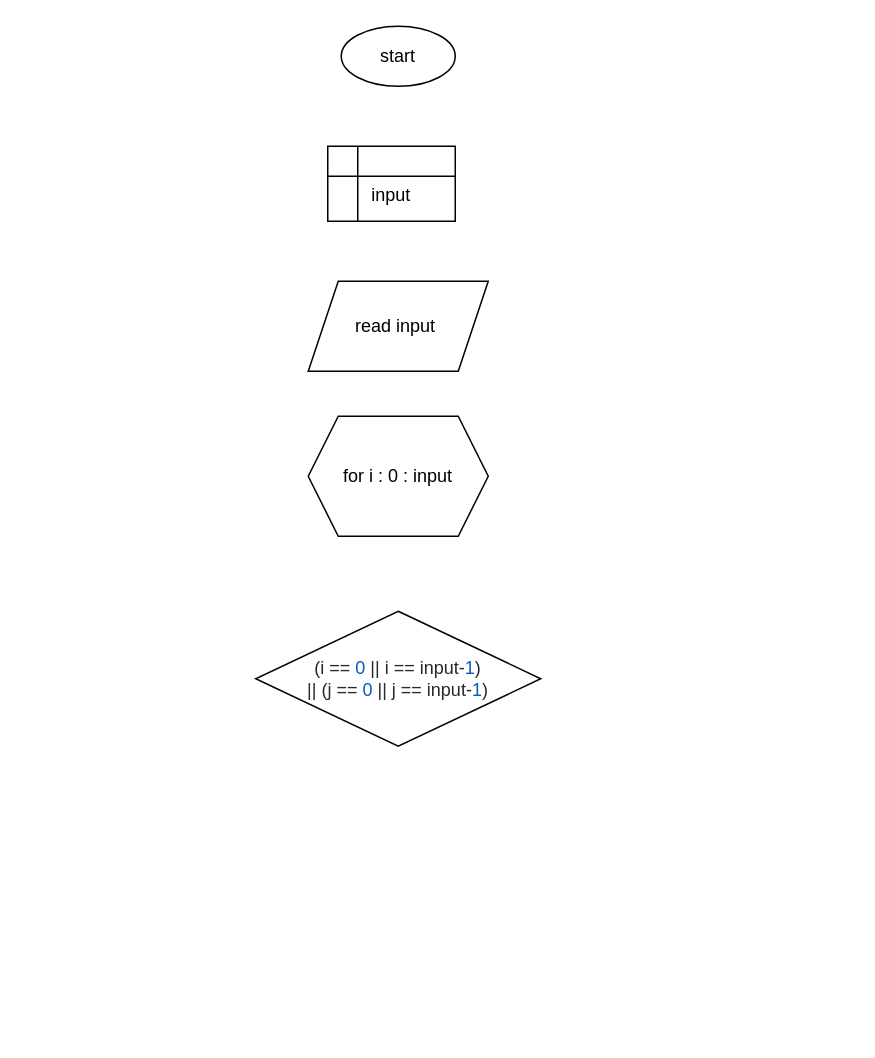
Above: pertemuan_07_materi.drawio in defrindr/MateriKuliah (draw.io), before the change. Source tidied: cells renumbered, new cells numbered last; positions are measured from the earlier drawing's top-left corner, leaving out a move shared by most shapes. Both pictures are drawn from the tidied source at 150%, with x=0, y=0 at pixel (255, 26).
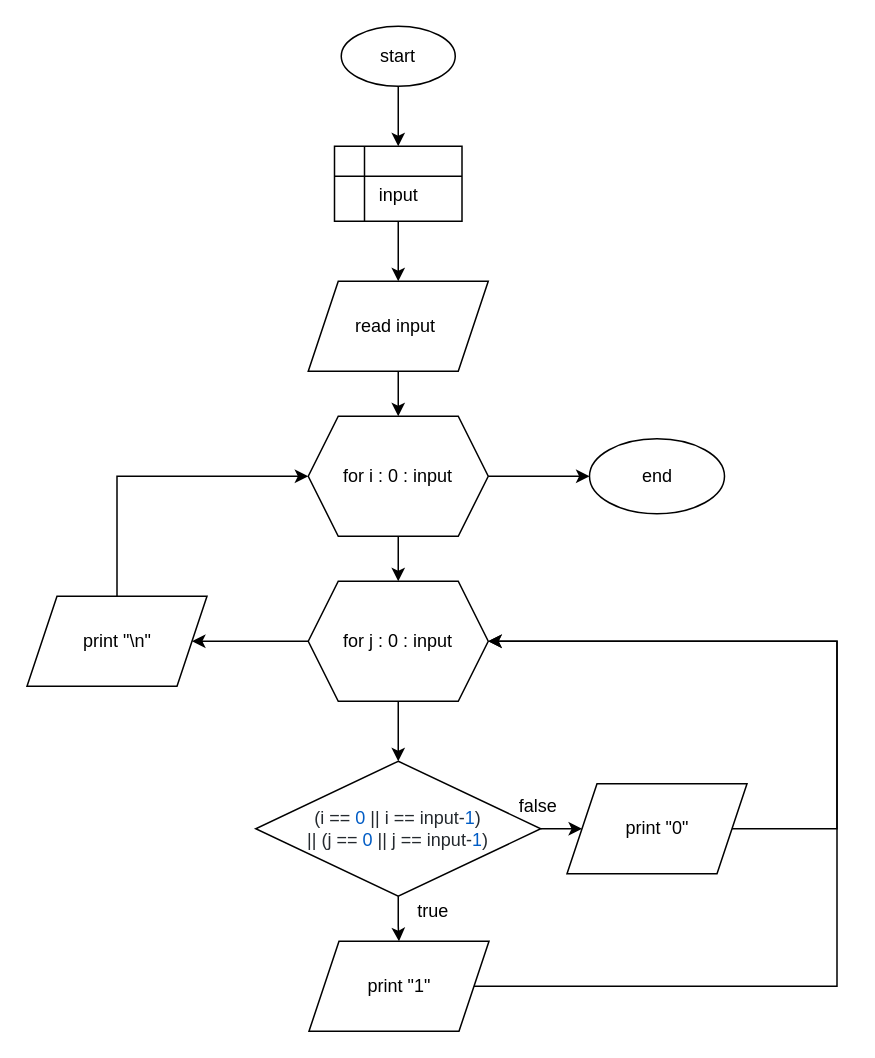
The same page after the edit.

Unchanged cells that the change refers to:
```xml
<mxCell id="2" value="start" style="ellipse;whiteSpace=wrap;html=1;" parent="1" vertex="1">
  <mxGeometry x="57" width="76" height="40" as="geometry" />
</mxCell>
<mxCell id="4" value="read input&amp;nbsp;" style="shape=parallelogram;perimeter=parallelogramPerimeter;whiteSpace=wrap;html=1;fixedSize=1;" parent="1" vertex="1">
  <mxGeometry x="35" y="170" width="120" height="60" as="geometry" />
</mxCell>
<mxCell id="5" value="for i : 0 : input" style="shape=hexagon;perimeter=hexagonPerimeter2;whiteSpace=wrap;html=1;fixedSize=1;" parent="1" vertex="1">
  <mxGeometry x="35" y="260" width="120" height="80" as="geometry" />
</mxCell>
```

Change to the diagram source:
```diff
@@
+    <mxCell id="7" style="edgeStyle=orthogonalEdgeStyle;rounded=0;jettySize=auto;html=1;entryX=0.5;entryY=0;entryDx=0;entryDy=0;" parent="1" edge="1" source="2" target="3">
+      <mxGeometry relative="1" as="geometry" />
+    </mxCell>
@@
+    <mxCell id="8" style="edgeStyle=orthogonalEdgeStyle;rounded=0;jettySize=auto;html=1;entryX=0.5;entryY=0;entryDx=0;entryDy=0;" parent="1" edge="1" source="3" target="4">
+      <mxGeometry relative="1" as="geometry" />
+    </mxCell>
     <mxCell id="3" value="&lt;br&gt;input" style="shape=internalStorage;whiteSpace=wrap;html=1;backgroundOutline=1;" parent="1" vertex="1">
-      <mxGeometry x="48" y="80" width="85" height="50" as="geometry" />
+      <mxGeometry x="52.5" y="80" width="85" height="50" as="geometry" />
     </mxCell>
+    <mxCell id="9" style="edgeStyle=orthogonalEdgeStyle;rounded=0;jettySize=auto;html=1;entryX=0.5;entryY=0;entryDx=0;entryDy=0;" parent="1" edge="1" source="4" target="5">
+      <mxGeometry relative="1" as="geometry" />
+    </mxCell>
@@
+    <mxCell id="10" style="edgeStyle=orthogonalEdgeStyle;rounded=0;jettySize=auto;html=1;" parent="1" edge="1" source="5" target="16">
+      <mxGeometry relative="1" as="geometry" />
+    </mxCell>
+    <mxCell id="11" style="edgeStyle=orthogonalEdgeStyle;rounded=0;jettySize=auto;html=1;entryX=0;entryY=0.5;entryDx=0;entryDy=0;" parent="1" edge="1" source="5" target="25">
+      <mxGeometry relative="1" as="geometry" />
+    </mxCell>
@@
+    <mxCell id="12" style="edgeStyle=orthogonalEdgeStyle;rounded=0;jettySize=auto;html=1;exitX=1;exitY=0.5;exitDx=0;exitDy=0;entryX=0;entryY=0.5;entryDx=0;entryDy=0;" parent="1" edge="1" source="6" target="20">
+      <mxGeometry relative="1" as="geometry" />
+    </mxCell>
+    <mxCell id="13" style="edgeStyle=orthogonalEdgeStyle;rounded=0;jettySize=auto;html=1;entryX=0.5;entryY=0;entryDx=0;entryDy=0;" parent="1" edge="1" source="6" target="18">
+      <mxGeometry relative="1" as="geometry" />
+    </mxCell>
     <mxCell id="6" value="&lt;span style=&quot;color: rgb(36 , 41 , 46) ; font-family: , &amp;#34;consolas&amp;#34; , &amp;#34;liberation mono&amp;#34; , &amp;#34;menlo&amp;#34; , monospace ; background-color: rgb(255 , 255 , 255)&quot;&gt;(i == &lt;/span&gt;&lt;span class=&quot;pl-c1&quot; style=&quot;box-sizing: border-box ; color: rgb(0 , 92 , 197) ; font-family: , &amp;#34;consolas&amp;#34; , &amp;#34;liberation mono&amp;#34; , &amp;#34;menlo&amp;#34; , monospace ; background-color: rgb(255 , 255 , 255)&quot;&gt;0&lt;/span&gt;&lt;span style=&quot;color: rgb(36 , 41 , 46) ; font-family: , &amp;#34;consolas&amp;#34; , &amp;#34;liberation mono&amp;#34; , &amp;#34;menlo&amp;#34; , monospace ; background-color: rgb(255 , 255 , 255)&quot;&gt; || i == input-&lt;/span&gt;&lt;span class=&quot;pl-c1&quot; style=&quot;box-sizing: border-box ; color: rgb(0 , 92 , 197) ; font-family: , &amp;#34;consolas&amp;#34; , &amp;#34;liberation mono&amp;#34; , &amp;#34;menlo&amp;#34; , monospace ; background-color: rgb(255 , 255 , 255)&quot;&gt;1&lt;/span&gt;&lt;span style=&quot;color: rgb(36 , 41 , 46) ; font-family: , &amp;#34;consolas&amp;#34; , &amp;#34;liberation mono&amp;#34; , &amp;#34;menlo&amp;#34; , monospace ; background-color: rgb(255 , 255 , 255)&quot;&gt;) &lt;br&gt;|| (j == &lt;/span&gt;&lt;span class=&quot;pl-c1&quot; style=&quot;box-sizing: border-box ; color: rgb(0 , 92 , 197) ; font-family: , &amp;#34;consolas&amp;#34; , &amp;#34;liberation mono&amp;#34; , &amp;#34;menlo&amp;#34; , monospace ; background-color: rgb(255 , 255 , 255)&quot;&gt;0&lt;/span&gt;&lt;span style=&quot;color: rgb(36 , 41 , 46) ; font-family: , &amp;#34;consolas&amp;#34; , &amp;#34;liberation mono&amp;#34; , &amp;#34;menlo&amp;#34; , monospace ; background-color: rgb(255 , 255 , 255)&quot;&gt; || j == input-&lt;/span&gt;&lt;span class=&quot;pl-c1&quot; style=&quot;box-sizing: border-box ; color: rgb(0 , 92 , 197) ; font-family: , &amp;#34;consolas&amp;#34; , &amp;#34;liberation mono&amp;#34; , &amp;#34;menlo&amp;#34; , monospace ; background-color: rgb(255 , 255 , 255)&quot;&gt;1&lt;/span&gt;&lt;span style=&quot;color: rgb(36 , 41 , 46) ; font-family: , &amp;#34;consolas&amp;#34; , &amp;#34;liberation mono&amp;#34; , &amp;#34;menlo&amp;#34; , monospace ; background-color: rgb(255 , 255 , 255)&quot;&gt;)&lt;/span&gt;" style="rhombus;whiteSpace=wrap;html=1;" parent="1" vertex="1">
-      <mxGeometry y="390" width="190" height="90" as="geometry" />
+      <mxGeometry y="490" width="190" height="90" as="geometry" />
     </mxCell>
+    <mxCell id="14" style="edgeStyle=orthogonalEdgeStyle;rounded=0;jettySize=auto;html=1;" parent="1" edge="1" source="16" target="6">
+      <mxGeometry relative="1" as="geometry" />
+    </mxCell>
+    <mxCell id="15" style="edgeStyle=orthogonalEdgeStyle;rounded=0;jettySize=auto;html=1;" parent="1" edge="1" source="16" target="24">
+      <mxGeometry relative="1" as="geometry" />
+    </mxCell>
+    <mxCell id="16" value="for j : 0 : input" style="shape=hexagon;perimeter=hexagonPerimeter2;whiteSpace=wrap;html=1;fixedSize=1;" parent="1" vertex="1">
+      <mxGeometry x="35" y="370" width="120" height="80" as="geometry" />
+    </mxCell>
+    <mxCell id="17" style="edgeStyle=orthogonalEdgeStyle;rounded=0;jettySize=auto;html=1;entryX=1;entryY=0.5;entryDx=0;entryDy=0;" parent="1" edge="1" source="18" target="16">
+      <mxGeometry relative="1" as="geometry">
+        <Array as="points">
+          <mxPoint x="387.5" y="640" />
+          <mxPoint x="387.5" y="410" />
+        </Array>
+      </mxGeometry>
+    </mxCell>
+    <mxCell id="18" value="print &quot;1&quot;" style="shape=parallelogram;perimeter=parallelogramPerimeter;whiteSpace=wrap;html=1;fixedSize=1;" parent="1" vertex="1">
+      <mxGeometry x="35.5" y="610" width="120" height="60" as="geometry" />
+    </mxCell>
+    <mxCell id="19" style="edgeStyle=orthogonalEdgeStyle;rounded=0;jettySize=auto;html=1;entryX=1;entryY=0.5;entryDx=0;entryDy=0;" parent="1" edge="1" source="20" target="16">
+      <mxGeometry relative="1" as="geometry">
+        <Array as="points">
+          <mxPoint x="387.5" y="535" />
+          <mxPoint x="387.5" y="410" />
+        </Array>
+      </mxGeometry>
+    </mxCell>
+    <mxCell id="20" value="print &quot;0&quot;" style="shape=parallelogram;perimeter=parallelogramPerimeter;whiteSpace=wrap;html=1;fixedSize=1;" parent="1" vertex="1">
+      <mxGeometry x="207.5" y="505" width="120" height="60" as="geometry" />
+    </mxCell>
+    <mxCell id="21" value="false" style="text;html=1;align=center;verticalAlign=middle;" parent="1" vertex="1">
+      <mxGeometry x="167.5" y="510" width="40" height="20" as="geometry" />
+    </mxCell>
+    <mxCell id="22" value="true" style="text;html=1;align=center;verticalAlign=middle;" parent="1" vertex="1">
+      <mxGeometry x="97.5" y="580" width="40" height="20" as="geometry" />
+    </mxCell>
+    <mxCell id="23" style="edgeStyle=orthogonalEdgeStyle;rounded=0;jettySize=auto;html=1;entryX=0;entryY=0.5;entryDx=0;entryDy=0;" parent="1" edge="1" source="24" target="5">
+      <mxGeometry relative="1" as="geometry">
+        <Array as="points">
+          <mxPoint x="-92.5" y="300" />
+        </Array>
+      </mxGeometry>
+    </mxCell>
+    <mxCell id="24" value="print &quot;\n&quot;" style="shape=parallelogram;perimeter=parallelogramPerimeter;whiteSpace=wrap;html=1;fixedSize=1;" parent="1" vertex="1">
+      <mxGeometry x="-152.5" y="380" width="120" height="60" as="geometry" />
+    </mxCell>
+    <mxCell id="25" value="end" style="ellipse;whiteSpace=wrap;html=1;" parent="1" vertex="1">
+      <mxGeometry x="222.5" y="275" width="90" height="50" as="geometry" />
+    </mxCell>
```
